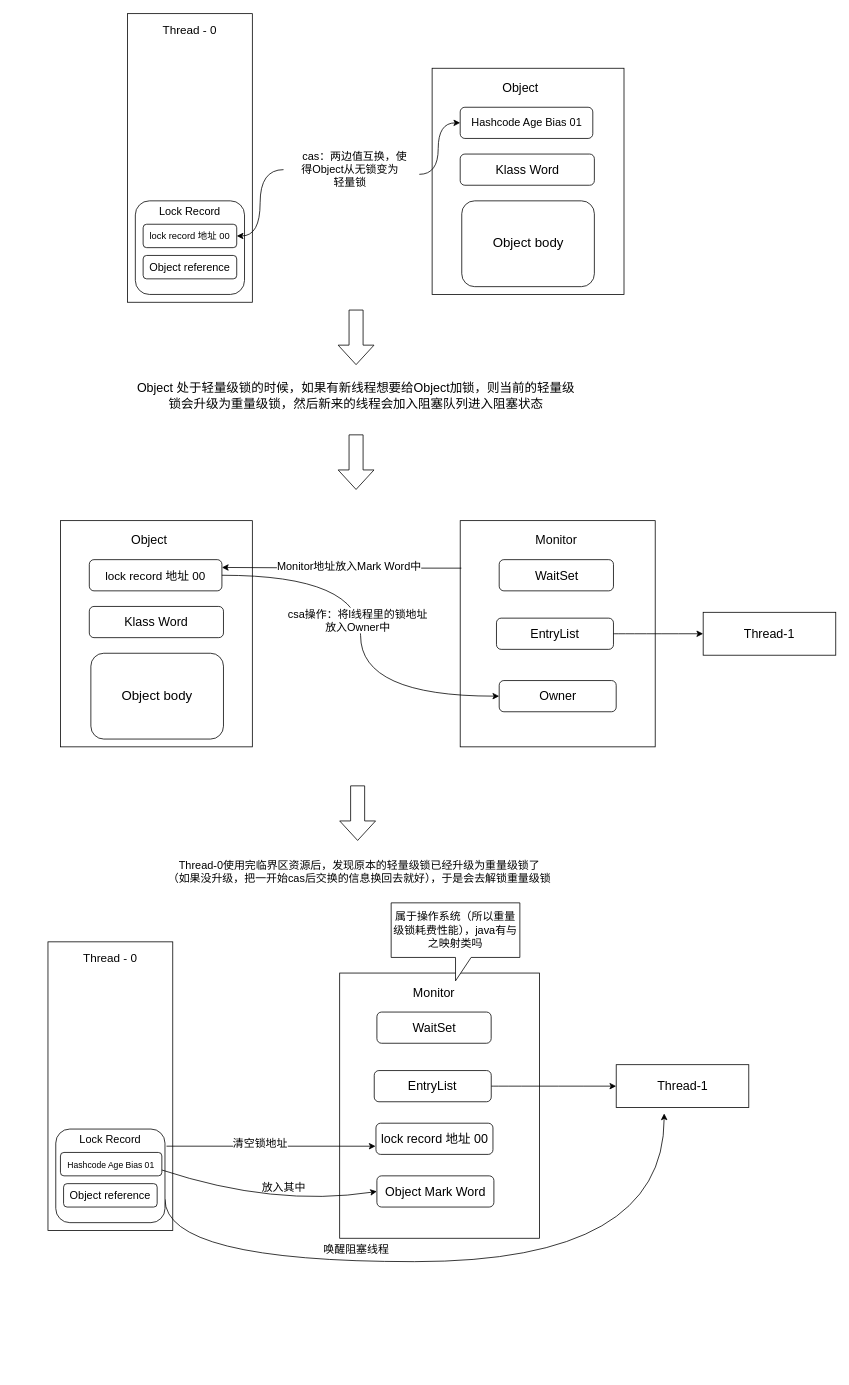
Earlier version of the draw.io diagram case_java8/锁膨胀/多线程锁膨胀.drawio (Stone-WYD/concurrent-wyd). Source tidied: cells renumbered, new cells numbered last; positions are measured from the earlier drawing's top-left corner, leaving out a move shared by most shapes. Both pictures are drawn from the tidied source at 78%, with x=0, y=0 at pixel (48, 13).
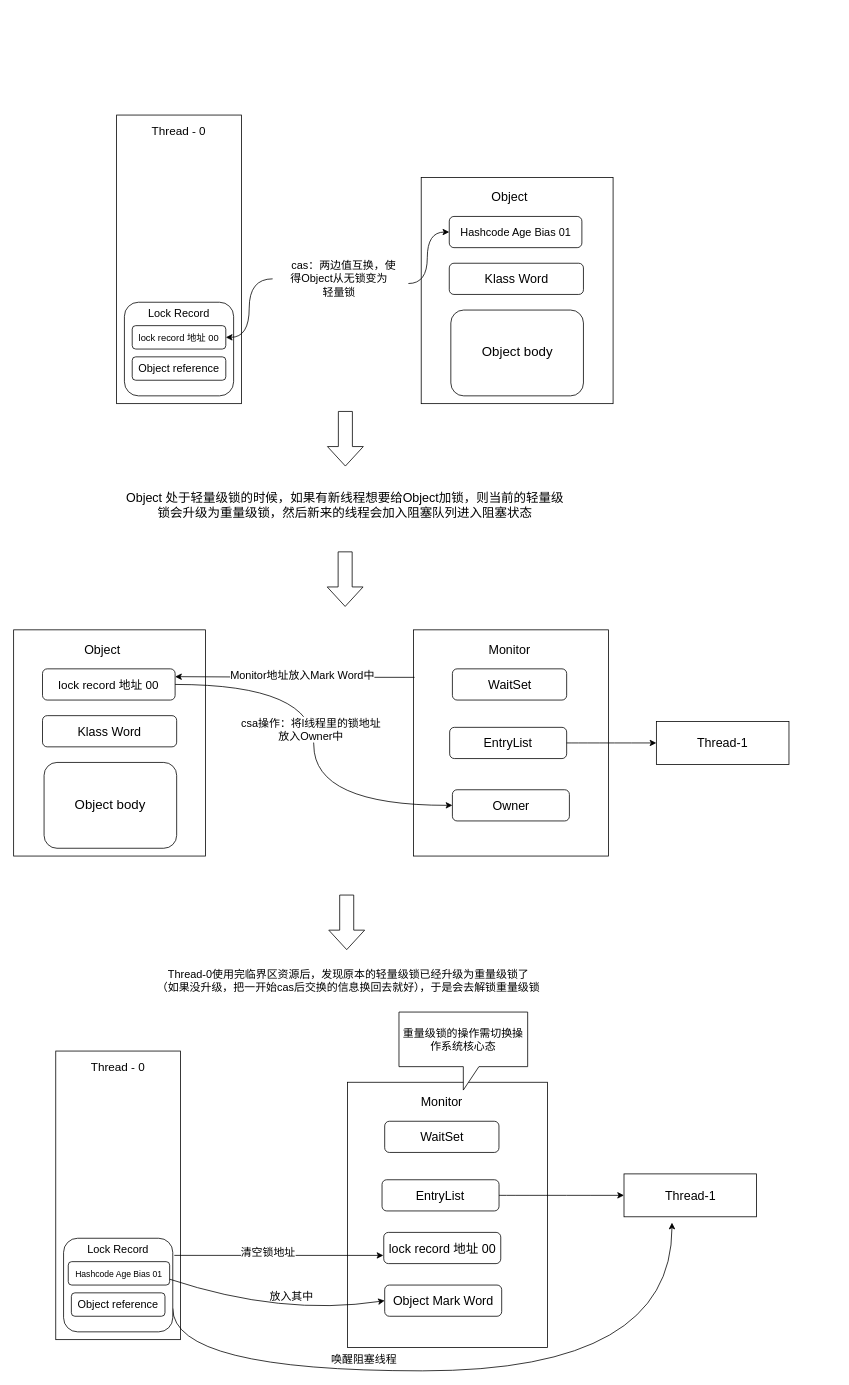
The same page after the edit.

Commit message (it also covers changes not shown here):
锁膨胀思维导图fix

What changed in the source:
```diff
@@
     <mxCell id="2" style="rounded=0;whiteSpace=wrap;html=1;" parent="1" vertex="1">
-      <mxGeometry x="102" width="160" height="370" as="geometry" />
+      <mxGeometry x="88" y="130" width="160" height="370" as="geometry" />
     </mxCell>
     <mxCell id="3" style="rounded=0;whiteSpace=wrap;html=1;" parent="1" vertex="1">
-      <mxGeometry x="492.5" y="70" width="246" height="290" as="geometry" />
+      <mxGeometry x="478.5" y="210" width="246" height="290" as="geometry" />
     </mxCell>
     <mxCell id="4" value="Object" style="text;html=1;strokeColor=none;fillColor=none;align=center;verticalAlign=middle;whiteSpace=wrap;rounded=0;fontSize=16;" parent="1" vertex="1">
-      <mxGeometry x="570.5" y="80" width="70" height="30" as="geometry" />
+      <mxGeometry x="556.5" y="220" width="70" height="30" as="geometry" />
     </mxCell>
     <mxCell id="5" value="&lt;font style=&quot;font-size: 14px;&quot;&gt;Hashcode Age Bias 01&lt;/font&gt;" style="rounded=1;whiteSpace=wrap;html=1;" parent="1" vertex="1">
-      <mxGeometry x="528.5" y="120" width="170" height="40" as="geometry" />
+      <mxGeometry x="514.5" y="260" width="170" height="40" as="geometry" />
     </mxCell>
     <mxCell id="6" value="&lt;font style=&quot;font-size: 16px;&quot;&gt;Klass Word&lt;/font&gt;" style="rounded=1;whiteSpace=wrap;html=1;" parent="1" vertex="1">
-      <mxGeometry x="528.5" y="180" width="172" height="40" as="geometry" />
+      <mxGeometry x="514.5" y="320" width="172" height="40" as="geometry" />
     </mxCell>
     <mxCell id="7" value="&lt;font style=&quot;font-size: 17px;&quot;&gt;Object body&lt;/font&gt;" style="rounded=1;whiteSpace=wrap;html=1;" parent="1" vertex="1">
-      <mxGeometry x="530.5" y="240" width="170" height="110" as="geometry" />
+      <mxGeometry x="516.5" y="380" width="170" height="110" as="geometry" />
     </mxCell>
     <mxCell id="8" value="Thread - 0" style="text;html=1;strokeColor=none;fillColor=none;align=center;verticalAlign=middle;whiteSpace=wrap;rounded=0;fontSize=15;" parent="1" vertex="1">
-      <mxGeometry x="137" y="10" width="90" height="20" as="geometry" />
+      <mxGeometry x="123" y="140" width="90" height="20" as="geometry" />
     </mxCell>
     <mxCell id="9" style="rounded=1;whiteSpace=wrap;html=1;fontSize=16;" parent="1" vertex="1">
-      <mxGeometry x="112" y="240" width="140" height="120" as="geometry" />
+      <mxGeometry x="98" y="370" width="140" height="120" as="geometry" />
     </mxCell>
     <mxCell id="10" value="&lt;font style=&quot;font-size: 14px;&quot;&gt;Lock Record&lt;/font&gt;" style="text;html=1;strokeColor=none;fillColor=none;align=center;verticalAlign=middle;whiteSpace=wrap;rounded=0;fontSize=16;" parent="1" vertex="1">
-      <mxGeometry x="132" y="240" width="100" height="25" as="geometry" />
+      <mxGeometry x="118" y="370" width="100" height="25" as="geometry" />
     </mxCell>
     <mxCell id="11" value="&lt;font style=&quot;font-size: 12px;&quot;&gt;lock record 地址 00&lt;/font&gt;" style="rounded=1;whiteSpace=wrap;html=1;fontSize=14;" parent="1" vertex="1">
-      <mxGeometry x="122" y="270" width="120" height="30" as="geometry" />
+      <mxGeometry x="108" y="400" width="120" height="30" as="geometry" />
     </mxCell>
     <mxCell id="12" value="Object reference" style="rounded=1;whiteSpace=wrap;html=1;fontSize=14;" parent="1" vertex="1">
-      <mxGeometry x="122" y="310" width="120" height="30" as="geometry" />
+      <mxGeometry x="108" y="440" width="120" height="30" as="geometry" />
     </mxCell>
@@
     <mxCell id="15" value="&amp;nbsp; &amp;nbsp;cas：两边值互换，使&lt;br&gt;得Object从无锁变为&lt;br&gt;轻量锁" style="text;html=1;align=center;verticalAlign=middle;points=[];strokeColor=none;fillColor=none;fontSize=14;" parent="1" vertex="1">
-      <mxGeometry x="302" y="170" width="170" height="60" as="geometry" />
+      <mxGeometry x="288" y="310" width="170" height="60" as="geometry" />
     </mxCell>
     <mxCell id="16" value="Object 处于轻量级锁的时候，如果有新线程想要给Object加锁，则当前的轻量级&lt;br&gt;锁会升级为重量级锁，然后新来的线程会加入阻塞队列进入阻塞状态" style="text;html=1;strokeColor=none;fillColor=none;align=center;verticalAlign=middle;whiteSpace=wrap;rounded=0;fontSize=16;" parent="1" vertex="1">
-      <mxGeometry x="30" y="470" width="730" height="40" as="geometry" />
+      <mxGeometry x="16" y="610" width="730" height="40" as="geometry" />
     </mxCell>
     <mxCell id="17" style="shape=singleArrow;direction=south;whiteSpace=wrap;html=1;fontSize=16;arrowWidth=0.391304347826087;arrowSize=0.35714285714285715;" parent="1" vertex="1">
-      <mxGeometry x="372" y="380" width="46" height="70" as="geometry" />
+      <mxGeometry x="358.3" y="510" width="46" height="70" as="geometry" />
     </mxCell>
     <mxCell id="18" style="shape=singleArrow;direction=south;whiteSpace=wrap;html=1;fontSize=16;arrowWidth=0.391304347826087;arrowSize=0.35714285714285715;" parent="1" vertex="1">
-      <mxGeometry x="372" y="540" width="46" height="70" as="geometry" />
+      <mxGeometry x="358" y="690" width="46" height="70" as="geometry" />
     </mxCell>
     <mxCell id="19" style="rounded=0;whiteSpace=wrap;html=1;" parent="1" vertex="1">
-      <mxGeometry x="16" y="650" width="246" height="290" as="geometry" />
+      <mxGeometry x="-44" y="790" width="246" height="290" as="geometry" />
     </mxCell>
     <mxCell id="20" value="Object" style="text;html=1;strokeColor=none;fillColor=none;align=center;verticalAlign=middle;whiteSpace=wrap;rounded=0;fontSize=16;" parent="1" vertex="1">
-      <mxGeometry x="95" y="660" width="70" height="30" as="geometry" />
+      <mxGeometry x="35" y="800" width="70" height="30" as="geometry" />
     </mxCell>
     <mxCell id="21" style="edgeStyle=orthogonalEdgeStyle;curved=1;rounded=0;jettySize=auto;html=1;exitX=1;exitY=0.5;exitDx=0;exitDy=0;" parent="1" edge="1" source="22">
       <mxGeometry relative="1" as="geometry">
-        <mxPoint x="223" y="720" as="targetPoint" />
+        <mxPoint x="163" y="860" as="targetPoint" />
       </mxGeometry>
     </mxCell>
     <mxCell id="22" value="&lt;font style=&quot;font-size: 15px;&quot;&gt;lock record 地址 00&lt;/font&gt;" style="rounded=1;whiteSpace=wrap;html=1;" parent="1" vertex="1">
-      <mxGeometry x="53" y="700" width="170" height="40" as="geometry" />
+      <mxGeometry x="-7" y="840" width="170" height="40" as="geometry" />
     </mxCell>
     <mxCell id="23" value="&lt;font style=&quot;font-size: 16px;&quot;&gt;Klass Word&lt;/font&gt;" style="rounded=1;whiteSpace=wrap;html=1;" parent="1" vertex="1">
-      <mxGeometry x="53" y="760" width="172" height="40" as="geometry" />
+      <mxGeometry x="-7" y="900" width="172" height="40" as="geometry" />
     </mxCell>
     <mxCell id="24" value="&lt;font style=&quot;font-size: 17px;&quot;&gt;Object body&lt;/font&gt;" style="rounded=1;whiteSpace=wrap;html=1;" parent="1" vertex="1">
-      <mxGeometry x="55" y="820" width="170" height="110" as="geometry" />
+      <mxGeometry x="-5" y="960" width="170" height="110" as="geometry" />
     </mxCell>
     <mxCell id="25" style="rounded=0;whiteSpace=wrap;html=1;fontSize=15;" parent="1" vertex="1">
-      <mxGeometry x="528.5" y="650" width="250" height="290" as="geometry" />
+      <mxGeometry x="468.5" y="790" width="250" height="290" as="geometry" />
     </mxCell>
     <mxCell id="26" value="&lt;font style=&quot;font-size: 16px;&quot;&gt;Monitor&lt;/font&gt;" style="text;html=1;strokeColor=none;fillColor=none;align=center;verticalAlign=middle;whiteSpace=wrap;rounded=0;fontSize=15;" parent="1" vertex="1">
-      <mxGeometry x="621.7" y="660" width="60" height="30" as="geometry" />
+      <mxGeometry x="561.7" y="800" width="60" height="30" as="geometry" />
     </mxCell>
     <mxCell id="27" value="WaitSet" style="rounded=1;whiteSpace=wrap;html=1;fontSize=16;" parent="1" vertex="1">
-      <mxGeometry x="578.5" y="700" width="146.5" height="40" as="geometry" />
+      <mxGeometry x="518.5" y="840" width="146.5" height="40" as="geometry" />
     </mxCell>
     <mxCell id="28" value="EntryList" style="rounded=1;whiteSpace=wrap;html=1;fontSize=16;" parent="1" vertex="1">
-      <mxGeometry x="575" y="775" width="150" height="40" as="geometry" />
+      <mxGeometry x="515" y="915" width="150" height="40" as="geometry" />
     </mxCell>
     <mxCell id="29" value="Owner" style="rounded=1;whiteSpace=wrap;html=1;fontSize=16;" parent="1" vertex="1">
-      <mxGeometry x="578.5" y="855" width="150" height="40" as="geometry" />
+      <mxGeometry x="518.5" y="995" width="150" height="40" as="geometry" />
     </mxCell>
-    <mxCell id="30" style="endArrow=classic;html=1;rounded=0;fontSize=16;curved=1;exitX=1;exitY=0.5;exitDx=0;exitDy=0;entryX=0;entryY=0.5;entryDx=0;entryDy=0;" parent="1" edge="1" source="28" target="31">
-      <mxGeometry relative="1" as="geometry" />
+    <mxCell id="30" style="endArrow=classic;html=1;rounded=0;fontSize=16;curved=1;exitX=1;exitY=0.5;exitDx=0;exitDy=0;entryX=0;entryY=0.5;entryDx=0;entryDy=0;" parent="1" edge="1" source="28">
+      <mxGeometry relative="1" as="geometry">
+        <mxPoint x="780" y="935" as="targetPoint" />
+      </mxGeometry>
     </mxCell>
     <mxCell id="31" value="Thread-1" style="rounded=0;whiteSpace=wrap;html=1;fontSize=16;" parent="1" vertex="1">
-      <mxGeometry x="840" y="767.5" width="170" height="55" as="geometry" />
+      <mxGeometry x="780" y="907.5" width="170" height="55" as="geometry" />
     </mxCell>
@@
     <mxCell id="36" style="shape=singleArrow;direction=south;whiteSpace=wrap;html=1;fontSize=16;arrowWidth=0.391304347826087;arrowSize=0.35714285714285715;" parent="1" vertex="1">
-      <mxGeometry x="374" y="990" width="46" height="70" as="geometry" />
+      <mxGeometry x="360" y="1130" width="46" height="70" as="geometry" />
     </mxCell>
     <mxCell id="37" value="Thread-0使用完临界区资源后，发现原本的轻量级锁已经升级为重量级锁了&lt;br&gt;（如果没升级，把一开始cas后交换的信息换回去就好），于是会去解锁重量级锁" style="text;html=1;strokeColor=none;fillColor=none;align=center;verticalAlign=middle;whiteSpace=wrap;rounded=0;fontSize=14;" parent="1" vertex="1">
-      <mxGeometry x="53" y="1060" width="693" height="80" as="geometry" />
+      <mxGeometry x="39" y="1200" width="693" height="80" as="geometry" />
     </mxCell>
     <mxCell id="38" style="rounded=0;whiteSpace=wrap;html=1;" parent="1" vertex="1">
-      <mxGeometry y="1190" width="160" height="370" as="geometry" />
+      <mxGeometry x="10" y="1330" width="160" height="370" as="geometry" />
     </mxCell>
     <mxCell id="39" value="Thread - 0" style="text;html=1;strokeColor=none;fillColor=none;align=center;verticalAlign=middle;whiteSpace=wrap;rounded=0;fontSize=15;" parent="1" vertex="1">
-      <mxGeometry x="35" y="1200" width="90" height="20" as="geometry" />
+      <mxGeometry x="45" y="1340" width="90" height="20" as="geometry" />
     </mxCell>
     <mxCell id="40" style="edgeStyle=orthogonalEdgeStyle;curved=1;rounded=0;jettySize=auto;html=1;exitX=1;exitY=0.75;exitDx=0;exitDy=0;fontSize=14;" parent="1" edge="1" source="41">
       <mxGeometry relative="1" as="geometry">
-        <mxPoint x="790" y="1410" as="targetPoint" />
+        <mxPoint x="800" y="1550" as="targetPoint" />
         <Array as="points">
-          <mxPoint x="150" y="1600" />
-          <mxPoint x="790" y="1600" />
+          <mxPoint x="160" y="1740" />
+          <mxPoint x="800" y="1740" />
         </Array>
       </mxGeometry>
     </mxCell>
     <mxCell id="41" style="rounded=1;whiteSpace=wrap;html=1;fontSize=16;" parent="1" vertex="1">
-      <mxGeometry x="10" y="1430" width="140" height="120" as="geometry" />
+      <mxGeometry x="20" y="1570" width="140" height="120" as="geometry" />
     </mxCell>
     <mxCell id="42" value="&lt;font style=&quot;font-size: 14px;&quot;&gt;Lock Record&lt;/font&gt;" style="text;html=1;strokeColor=none;fillColor=none;align=center;verticalAlign=middle;whiteSpace=wrap;rounded=0;fontSize=16;" parent="1" vertex="1">
-      <mxGeometry x="30" y="1430" width="100" height="25" as="geometry" />
+      <mxGeometry x="40" y="1570" width="100" height="25" as="geometry" />
     </mxCell>
     <mxCell id="43" value="&lt;font style=&quot;font-size: 11px;&quot;&gt;Hashcode Age Bias 01&lt;/font&gt;" style="rounded=1;whiteSpace=wrap;html=1;fontSize=14;" parent="1" vertex="1">
-      <mxGeometry x="16" y="1460" width="130" height="30" as="geometry" />
+      <mxGeometry x="26" y="1600" width="130" height="30" as="geometry" />
     </mxCell>
     <mxCell id="44" value="Object reference" style="rounded=1;whiteSpace=wrap;html=1;fontSize=14;" parent="1" vertex="1">
-      <mxGeometry x="20" y="1500" width="120" height="30" as="geometry" />
+      <mxGeometry x="30" y="1640" width="120" height="30" as="geometry" />
     </mxCell>
     <mxCell id="45" style="rounded=0;whiteSpace=wrap;html=1;fontSize=15;" parent="1" vertex="1">
-      <mxGeometry x="374" y="1230" width="256.3" height="340" as="geometry" />
+      <mxGeometry x="384" y="1370" width="256.3" height="340" as="geometry" />
     </mxCell>
     <mxCell id="46" value="&lt;font style=&quot;font-size: 16px;&quot;&gt;Monitor&lt;/font&gt;" style="text;html=1;strokeColor=none;fillColor=none;align=center;verticalAlign=middle;whiteSpace=wrap;rounded=0;fontSize=15;" parent="1" vertex="1">
-      <mxGeometry x="465" y="1240" width="60" height="30" as="geometry" />
+      <mxGeometry x="475" y="1380" width="60" height="30" as="geometry" />
     </mxCell>
     <mxCell id="47" value="WaitSet" style="rounded=1;whiteSpace=wrap;html=1;fontSize=16;" parent="1" vertex="1">
-      <mxGeometry x="421.7" y="1280" width="146.5" height="40" as="geometry" />
+      <mxGeometry x="431.7" y="1420" width="146.5" height="40" as="geometry" />
     </mxCell>
@@
     <mxCell id="49" value="EntryList" style="rounded=1;whiteSpace=wrap;html=1;fontSize=16;" parent="1" vertex="1">
-      <mxGeometry x="418.3" y="1355" width="150" height="40" as="geometry" />
+      <mxGeometry x="428.3" y="1495" width="150" height="40" as="geometry" />
     </mxCell>
     <mxCell id="50" value="lock record 地址 00" style="rounded=1;whiteSpace=wrap;html=1;fontSize=16;" parent="1" vertex="1">
-      <mxGeometry x="420.5" y="1422.5" width="150" height="40" as="geometry" />
+      <mxGeometry x="430.5" y="1562.5" width="150" height="40" as="geometry" />
     </mxCell>
     <mxCell id="51" value="Thread-1" style="rounded=0;whiteSpace=wrap;html=1;fontSize=16;" parent="1" vertex="1">
-      <mxGeometry x="728.5" y="1347.5" width="170" height="55" as="geometry" />
+      <mxGeometry x="738.5" y="1487.5" width="170" height="55" as="geometry" />
     </mxCell>
-    <mxCell id="52" value="&lt;font style=&quot;font-size: 14px;&quot;&gt;属于操作系统（所以重量级锁耗费性能），java有与之映射类吗&lt;/font&gt;" style="shape=callout;whiteSpace=wrap;html=1;perimeter=calloutPerimeter;fontSize=11;" parent="1" vertex="1">
-      <mxGeometry x="440" y="1140" width="165" height="100" as="geometry" />
+    <mxCell id="52" value="&lt;font style=&quot;font-size: 14px;&quot;&gt;重量级锁的操作需切换操作系统核心态&lt;/font&gt;" style="shape=callout;whiteSpace=wrap;html=1;perimeter=calloutPerimeter;fontSize=11;" parent="1" vertex="1">
+      <mxGeometry x="450" y="1280" width="165" height="100" as="geometry" />
     </mxCell>
     <mxCell id="53" value="Object Mark Word" style="rounded=1;whiteSpace=wrap;html=1;fontSize=16;" parent="1" vertex="1">
-      <mxGeometry x="421.7" y="1490" width="150" height="40" as="geometry" />
+      <mxGeometry x="431.7" y="1630" width="150" height="40" as="geometry" />
     </mxCell>
     <mxCell id="54" style="endArrow=classic;html=1;rounded=0;fontSize=14;curved=1;exitX=1.014;exitY=0.183;exitDx=0;exitDy=0;exitPerimeter=0;edgeStyle=orthogonalEdgeStyle;" parent="1" edge="1" source="41">
       <mxGeometry relative="1" as="geometry">
-        <mxPoint x="420" y="1452" as="targetPoint" />
+        <mxPoint x="430" y="1592" as="targetPoint" />
       </mxGeometry>
     </mxCell>
@@
     <mxCell id="56" style="endArrow=classic;html=1;rounded=0;fontSize=14;curved=1;exitX=1;exitY=0.75;exitDx=0;exitDy=0;entryX=0;entryY=0.5;entryDx=0;entryDy=0;" parent="1" edge="1" source="43" target="53">
       <mxGeometry relative="1" as="geometry">
         <Array as="points">
-          <mxPoint x="290" y="1530" />
+          <mxPoint x="300" y="1670" />
         </Array>
       </mxGeometry>
     </mxCell>
     <mxCell id="57" value="放入其中" style="text;html=1;align=center;verticalAlign=middle;strokeColor=none;fillColor=none;fontSize=14;" parent="1" vertex="1">
-      <mxGeometry x="262" y="1490" width="80" height="30" as="geometry" />
+      <mxGeometry x="272" y="1630" width="80" height="30" as="geometry" />
     </mxCell>
     <mxCell id="58" value="唤醒阻塞线程" style="text;html=1;align=center;verticalAlign=middle;strokeColor=none;fillColor=none;fontSize=14;" parent="1" vertex="1">
-      <mxGeometry x="340" y="1570" width="110" height="30" as="geometry" />
+      <mxGeometry x="350" y="1710" width="110" height="30" as="geometry" />
     </mxCell>
```
